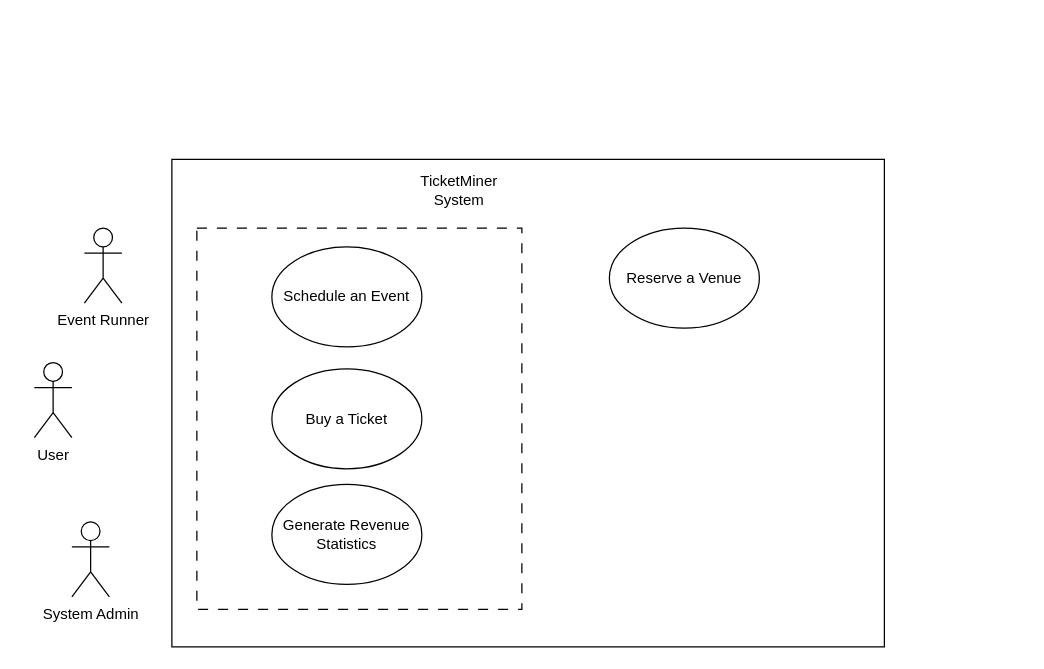
Earlier version of the draw.io diagram TicketMiner Use Case Diagram.drawio (LeonardoHernandez-uni/Project1_SP26). Source tidied: cells renumbered, new cells numbered last; positions are measured from the earlier drawing's top-left corner, leaving out a move shared by most shapes. Both pictures are drawn from the tidied source at 125%, with x=0, y=0 at pixel (34, 159).
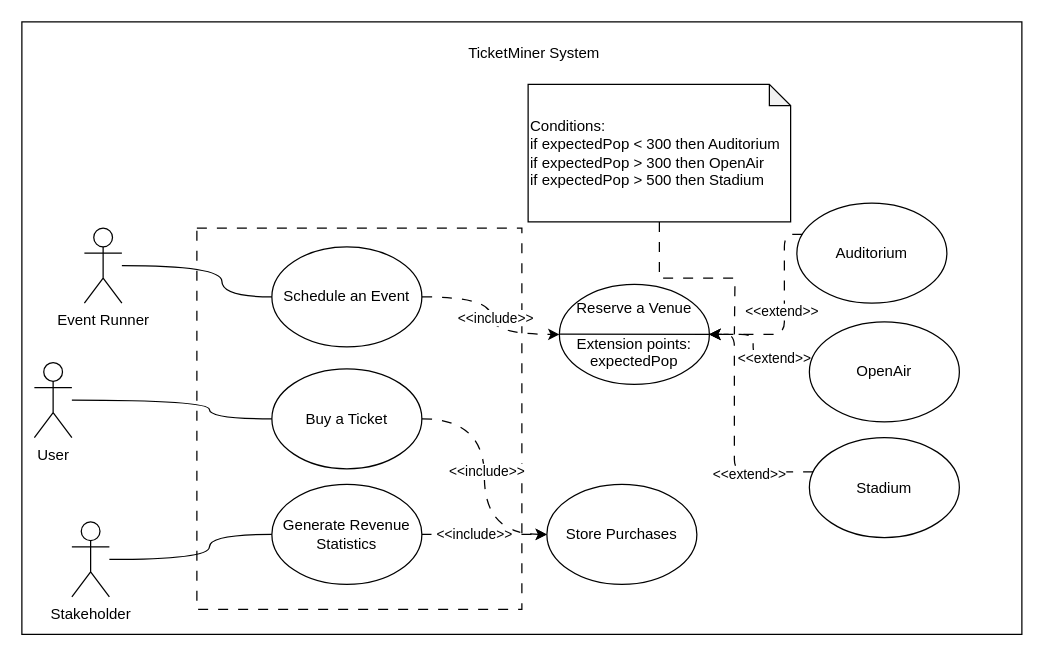
After the change.

Commit message:
Changed admin to stakeholder, added includes and extends

The change refers to these unchanged cells:
```xml
<mxCell id="2" value="User" style="shape=umlActor;verticalLabelPosition=bottom;verticalAlign=top;html=1;" parent="1" vertex="1">
  <mxGeometry y="162.5" width="30" height="60" as="geometry" />
</mxCell>
<mxCell id="3" value="Event Runner" style="shape=umlActor;verticalLabelPosition=bottom;verticalAlign=top;html=1;" parent="1" vertex="1">
  <mxGeometry x="40" y="55" width="30" height="60" as="geometry" />
</mxCell>
```

The edit, as a diff of the source:
```diff
@@
+    <mxCell id="12" style="rounded=0;whiteSpace=wrap;html=1;fillColor=none;" parent="1" vertex="1">
+      <mxGeometry x="-10" y="-110" width="800" height="490" as="geometry" />
+    </mxCell>
+    <mxCell id="13" style="edgeStyle=orthogonalEdgeStyle;rounded=0;jettySize=auto;html=1;entryX=0;entryY=0.5;entryDx=0;entryDy=0;endArrow=none;endFill=0;curved=1;" parent="1" edge="1" source="2" target="8">
+      <mxGeometry relative="1" as="geometry">
+        <Array as="points">
+          <mxPoint x="140" y="193" />
+          <mxPoint x="140" y="207" />
+        </Array>
+      </mxGeometry>
+    </mxCell>
@@
+    <mxCell id="14" style="edgeStyle=orthogonalEdgeStyle;rounded=0;jettySize=auto;html=1;endArrow=none;endFill=0;curved=1;" parent="1" edge="1" source="3" target="7">
+      <mxGeometry relative="1" as="geometry">
+        <Array as="points">
+          <mxPoint x="150" y="85" />
+          <mxPoint x="150" y="110" />
+        </Array>
+      </mxGeometry>
+    </mxCell>
@@
-    <mxCell id="4" style="rounded=0;whiteSpace=wrap;html=1;" parent="1" vertex="1">
-      <mxGeometry x="110" width="570" height="390" as="geometry" />
-    </mxCell>
@@
+    <mxCell id="15" style="edgeStyle=orthogonalEdgeStyle;rounded=0;jettySize=auto;html=1;endArrow=none;endFill=0;curved=1;" parent="1" edge="1" source="6" target="9">
+      <mxGeometry relative="1" as="geometry">
+        <Array as="points">
+          <mxPoint x="140" y="320" />
+          <mxPoint x="140" y="300" />
+        </Array>
+      </mxGeometry>
+    </mxCell>
-    <mxCell id="6" value="System Admin" style="shape=umlActor;verticalLabelPosition=bottom;verticalAlign=top;html=1;outlineConnect=0;" parent="1" vertex="1">
+    <mxCell id="6" value="Stakeholder" style="shape=umlActor;verticalLabelPosition=bottom;verticalAlign=top;html=1;outlineConnect=0;" parent="1" vertex="1">
       <mxGeometry x="30" y="290" width="30" height="60" as="geometry" />
     </mxCell>
+    <mxCell id="16" style="edgeStyle=orthogonalEdgeStyle;rounded=0;jettySize=auto;html=1;curved=1;dashed=1;dashPattern=8 8;" parent="1" edge="1" source="7" target="10">
+      <mxGeometry relative="1" as="geometry" />
+    </mxCell>
+    <mxCell id="17" value="&lt;div&gt;&amp;lt;&amp;lt;include&amp;gt;&amp;gt;&lt;/div&gt;" style="edgeLabel;html=1;align=center;verticalAlign=middle;" parent="16" vertex="1">
+      <mxGeometry x="0.02" y="3" relative="1" as="geometry" />
+    </mxCell>
-    <mxCell id="7" value="Schedule an Event" style="ellipse;whiteSpace=wrap;html=1;" parent="1" vertex="1">
+    <mxCell id="7" value="Schedule an Event" style="ellipse;whiteSpace=wrap;html=1;fillColor=none;" parent="1" vertex="1">
       <mxGeometry x="190" y="70" width="120" height="80" as="geometry" />
     </mxCell>
+    <mxCell id="18" style="edgeStyle=orthogonalEdgeStyle;rounded=0;jettySize=auto;html=1;entryX=0;entryY=0.5;entryDx=0;entryDy=0;dashed=1;dashPattern=8 8;curved=1;" parent="1" edge="1" source="8" target="28">
+      <mxGeometry relative="1" as="geometry" />
+    </mxCell>
+    <mxCell id="19" value="&amp;lt;&amp;lt;include&amp;gt;&amp;gt;" style="edgeLabel;html=1;align=center;verticalAlign=middle;" parent="18" vertex="1">
+      <mxGeometry x="-0.04" y="1" relative="1" as="geometry" />
+    </mxCell>
-    <mxCell id="8" value="Buy a Ticket" style="ellipse;whiteSpace=wrap;html=1;" parent="1" vertex="1">
+    <mxCell id="8" value="Buy a Ticket" style="ellipse;whiteSpace=wrap;html=1;fillColor=none;" parent="1" vertex="1">
       <mxGeometry x="190" y="167.5" width="120" height="80" as="geometry" />
     </mxCell>
+    <mxCell id="20" style="edgeStyle=orthogonalEdgeStyle;rounded=0;jettySize=auto;html=1;entryX=0;entryY=0.5;entryDx=0;entryDy=0;curved=1;dashed=1;dashPattern=8 8;" parent="1" edge="1" source="9" target="28">
+      <mxGeometry relative="1" as="geometry" />
+    </mxCell>
+    <mxCell id="21" value="&amp;lt;&amp;lt;include&amp;gt;&amp;gt;" style="edgeLabel;html=1;align=center;verticalAlign=middle;" parent="20" vertex="1">
+      <mxGeometry x="-0.19" y="1" relative="1" as="geometry" />
+    </mxCell>
-    <mxCell id="9" value="Generate Revenue Statistics" style="ellipse;whiteSpace=wrap;html=1;" parent="1" vertex="1">
+    <mxCell id="9" value="Generate Revenue Statistics" style="ellipse;whiteSpace=wrap;html=1;fillColor=none;" parent="1" vertex="1">
       <mxGeometry x="190" y="260" width="120" height="80" as="geometry" />
     </mxCell>
+    <mxCell id="11" value="TicketMiner System" style="text;html=1;whiteSpace=wrap;strokeColor=none;fillColor=none;align=center;verticalAlign=middle;rounded=0;" parent="1" vertex="1">
+      <mxGeometry x="340" y="-100" width="120" height="30" as="geometry" />
+    </mxCell>
+    <mxCell id="22" style="edgeStyle=orthogonalEdgeStyle;rounded=1;jettySize=auto;html=1;entryX=1;entryY=0.5;entryDx=0;entryDy=0;dashed=1;dashPattern=8 8;curved=0;" parent="1" edge="1" source="24" target="10">
+      <mxGeometry relative="1" as="geometry">
+        <Array as="points">
+          <mxPoint x="600" y="60" />
+          <mxPoint x="600" y="140" />
+        </Array>
+      </mxGeometry>
+    </mxCell>
+    <mxCell id="23" value="&amp;lt;&amp;lt;extend&amp;gt;&amp;gt;" style="edgeLabel;html=1;align=center;verticalAlign=middle;" parent="22" vertex="1">
+      <mxGeometry x="-0.02" y="-3" relative="1" as="geometry" />
+    </mxCell>
+    <mxCell id="24" value="Auditorium" style="ellipse;whiteSpace=wrap;html=1;fillColor=none;" parent="1" vertex="1">
+      <mxGeometry x="610" y="35" width="120" height="80" as="geometry" />
+    </mxCell>
+    <mxCell id="25" style="edgeStyle=orthogonalEdgeStyle;rounded=1;jettySize=auto;html=1;dashed=1;dashPattern=8 8;curved=0;" parent="1" edge="1" source="27">
+      <mxGeometry relative="1" as="geometry">
+        <mxPoint x="540" y="140" as="targetPoint" />
+        <Array as="points">
+          <mxPoint x="575" y="160" />
+          <mxPoint x="575" y="140" />
+        </Array>
+      </mxGeometry>
+    </mxCell>
+    <mxCell id="26" value="&amp;lt;&amp;lt;extend&amp;gt;&amp;gt;" style="edgeLabel;html=1;align=center;verticalAlign=middle;" parent="25" vertex="1">
+      <mxGeometry x="-0.41" y="-2" relative="1" as="geometry" />
+    </mxCell>
+    <mxCell id="27" value="OpenAir" style="ellipse;whiteSpace=wrap;html=1;fillColor=none;" parent="1" vertex="1">
+      <mxGeometry x="620" y="130" width="120" height="80" as="geometry" />
+    </mxCell>
+    <mxCell id="28" value="Store Purchases" style="ellipse;whiteSpace=wrap;html=1;fillColor=none;" parent="1" vertex="1">
+      <mxGeometry x="410" y="260" width="120" height="80" as="geometry" />
+    </mxCell>
+    <mxCell id="29" style="edgeStyle=orthogonalEdgeStyle;rounded=1;jettySize=auto;html=1;entryX=1;entryY=0.5;entryDx=0;entryDy=0;dashed=1;dashPattern=8 8;curved=0;" parent="1" edge="1" source="31" target="10">
+      <mxGeometry relative="1" as="geometry">
+        <Array as="points">
+          <mxPoint x="560" y="250" />
+          <mxPoint x="560" y="140" />
+        </Array>
+      </mxGeometry>
+    </mxCell>
+    <mxCell id="30" value="&amp;lt;&amp;lt;extend&amp;gt;&amp;gt;" style="edgeLabel;html=1;align=center;verticalAlign=middle;" parent="29" vertex="1">
+      <mxGeometry x="-0.46" y="1" relative="1" as="geometry" />
+    </mxCell>
+    <mxCell id="31" value="Stadium" style="ellipse;whiteSpace=wrap;html=1;fillColor=none;" parent="1" vertex="1">
+      <mxGeometry x="620" y="222.5" width="120" height="80" as="geometry" />
+    </mxCell>
+    <mxCell id="32" style="edgeStyle=orthogonalEdgeStyle;rounded=0;jettySize=auto;html=1;dashed=1;dashPattern=8 8;endArrow=none;endFill=0;" parent="1" edge="1" source="33">
+      <mxGeometry relative="1" as="geometry">
+        <mxPoint x="560" y="140" as="targetPoint" />
+      </mxGeometry>
+    </mxCell>
+    <mxCell id="33" value="&lt;div align=&quot;left&quot;&gt;Conditions:&amp;nbsp;&lt;br&gt;if expectedPop &amp;lt; 300 then Auditorium&lt;br&gt;if expectedPop &amp;gt; 300 then OpenAir&lt;br&gt;if expectedPop &amp;gt; 500 then Stadium&lt;/div&gt;" style="shape=note;whiteSpace=wrap;html=1;backgroundOutline=1;darkOpacity=0.05;size=17;align=left;" parent="1" vertex="1">
+      <mxGeometry x="395" y="-60" width="210" height="110" as="geometry" />
+    </mxCell>
+    <mxCell id="34" style="group;" parent="1" vertex="1">
+      <mxGeometry x="420" y="100" width="120" height="80" as="geometry" />
+    </mxCell>
-    <mxCell id="10" value="Reserve a Venue" style="ellipse;whiteSpace=wrap;html=1;" parent="1" vertex="1">
-      <mxGeometry x="460" y="55" width="120" height="80" as="geometry" />
+    <mxCell id="10" value="&lt;div&gt;Reserve a Venue&lt;/div&gt;&lt;div&gt;&lt;br&gt;&lt;/div&gt;&lt;div&gt;Extension points:&lt;br&gt;expectedPop&lt;/div&gt;" style="ellipse;whiteSpace=wrap;html=1;fillColor=none;" parent="34" vertex="1">
+      <mxGeometry width="120" height="80" as="geometry" />
     </mxCell>
-    <mxCell id="11" value="TicketMiner System" style="text;html=1;whiteSpace=wrap;strokeColor=none;fillColor=none;align=center;verticalAlign=middle;rounded=0;" parent="1" vertex="1">
-      <mxGeometry x="310" y="10" width="60" height="30" as="geometry" />
-    </mxCell>
+    <mxCell id="35" style="endArrow=none;html=1;rounded=0;entryX=1.036;entryY=0.5;entryDx=0;entryDy=0;entryPerimeter=0;" parent="34" edge="1" target="10">
+      <mxGeometry relative="1" as="geometry">
+        <mxPoint y="39.8" as="sourcePoint" />
+      </mxGeometry>
+    </mxCell>
```
